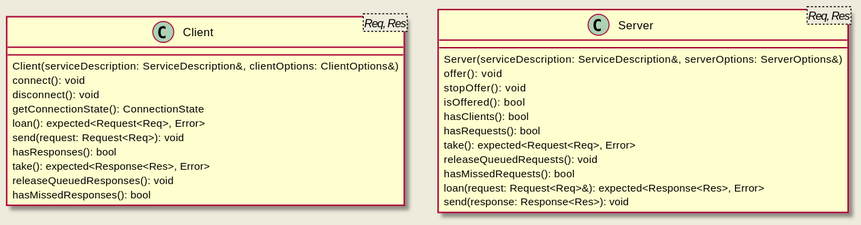
eclipse-iceoryx/iceoryx keeps this PlantUML diagram as doc/design/diagrams/request_response/typed_api.svg. Above is the earlier version. Its source is kept beside it as doc/design/diagrams/request_response/typed_api.puml.
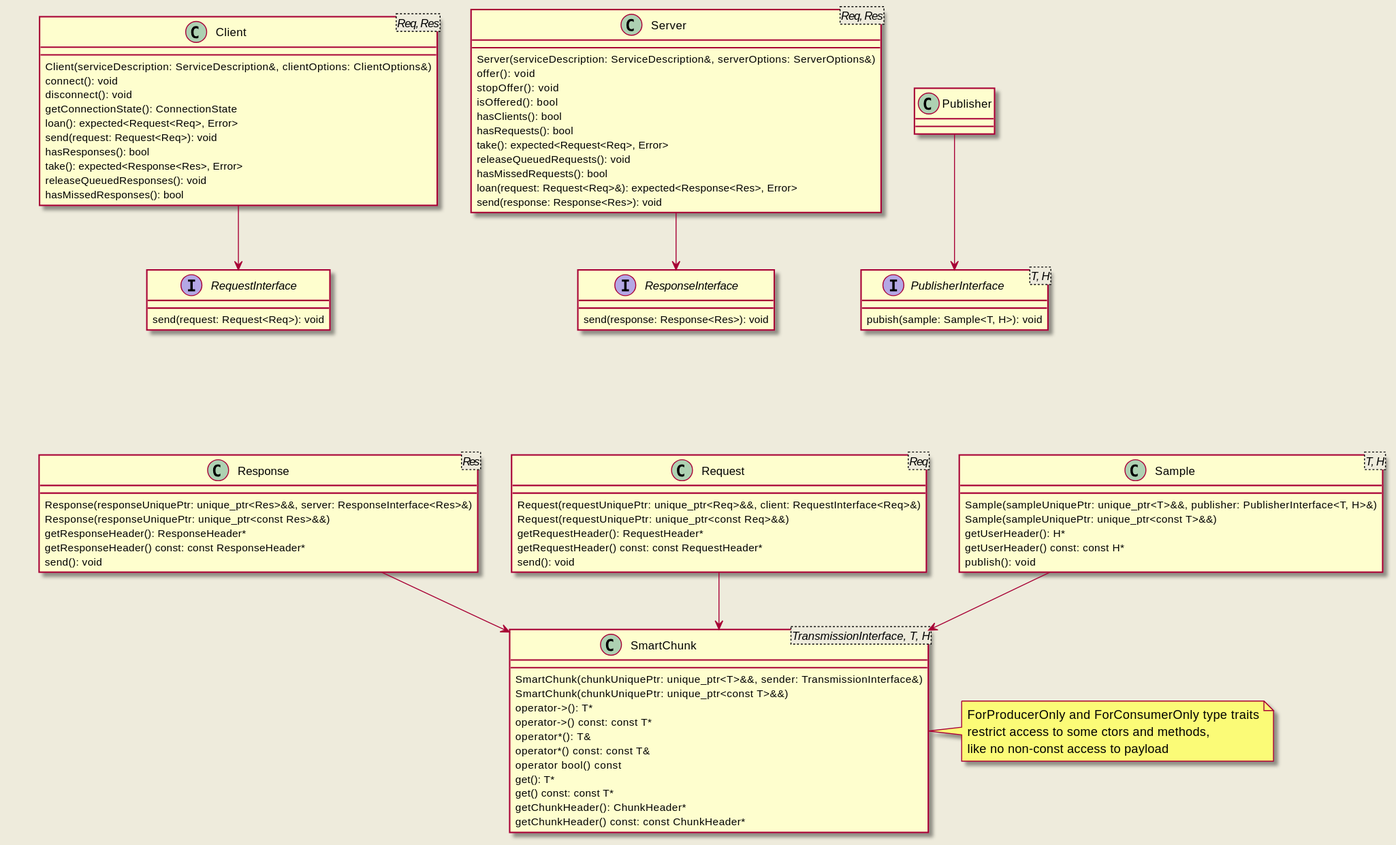
Later version of the same file.

Commit message:
iox-#27 Refine typed API

Change to the diagram source:
```diff
@@ -1,6 +1,7 @@
 @startuml
 skinparam backgroundColor #EEEBDC
 
+together Group1 {
 class Client<Req, Res> {
   Client(serviceDescription: ServiceDescription&, clientOptions: ClientOptions&)
   connect(): void
@@ -28,4 +29,72 @@
   send(response: Response<Res>): void
 }
 
+class Publisher {
+}
+}
+
+class SmartChunk<TransmissionInterface, T, H> {
+  SmartChunk(chunkUniquePtr: unique_ptr<T>&&, sender: TransmissionInterface&)
+  SmartChunk(chunkUniquePtr: unique_ptr<const T>&&)
+  operator->(): T*
+  operator->() const: const T*
+  operator*(): T&
+  operator*() const: const T&
+  operator bool() const
+  get(): T*
+  get() const: const T*
+  getChunkHeader(): ChunkHeader*
+  getChunkHeader() const: const ChunkHeader*
+}
+
+note right of SmartChunk: ForProducerOnly and ForConsumerOnly type traits\nrestrict access to some ctors and methods,\nlike no non-const access to payload
+
+interface PublisherInterface<T, H> {
+  pubish(sample: Sample<T, H>): void
+}
+
+interface RequestInterface {
+  send(request: Request<Req>): void
+}
+
+interface ResponseInterface {
+  send(response: Response<Res>): void
+}
+
+together Group2 {
+class Sample<T, H> {
+  Sample(sampleUniquePtr: unique_ptr<T>&&, publisher: PublisherInterface<T, H>&)
+  Sample(sampleUniquePtr: unique_ptr<const T>&&)
+  getUserHeader(): H*
+  getUserHeader() const: const H*
+  publish(): void
+}
+
+class Request<Req> {
+  Request(requestUniquePtr: unique_ptr<Req>&&, client: RequestInterface<Req>&)
+  Request(requestUniquePtr: unique_ptr<const Req>&&)
+  getRequestHeader(): RequestHeader*
+  getRequestHeader() const: const RequestHeader*
+  send(): void
+}
+
+class Response<Res> {
+  Response(responseUniquePtr: unique_ptr<Res>&&, server: ResponseInterface<Res>&)
+  Response(responseUniquePtr: unique_ptr<const Res>&&)
+  getResponseHeader(): ResponseHeader*
+  getResponseHeader() const: const ResponseHeader*
+  send(): void
+}
+}
+
+Publisher --> PublisherInterface
+Client --> RequestInterface
+Server --> ResponseInterface
+
+Group1 -[hidden]--- Group2
+
+Sample --> SmartChunk
+Request --> SmartChunk
+Response --> SmartChunk
+
 @enduml
```
